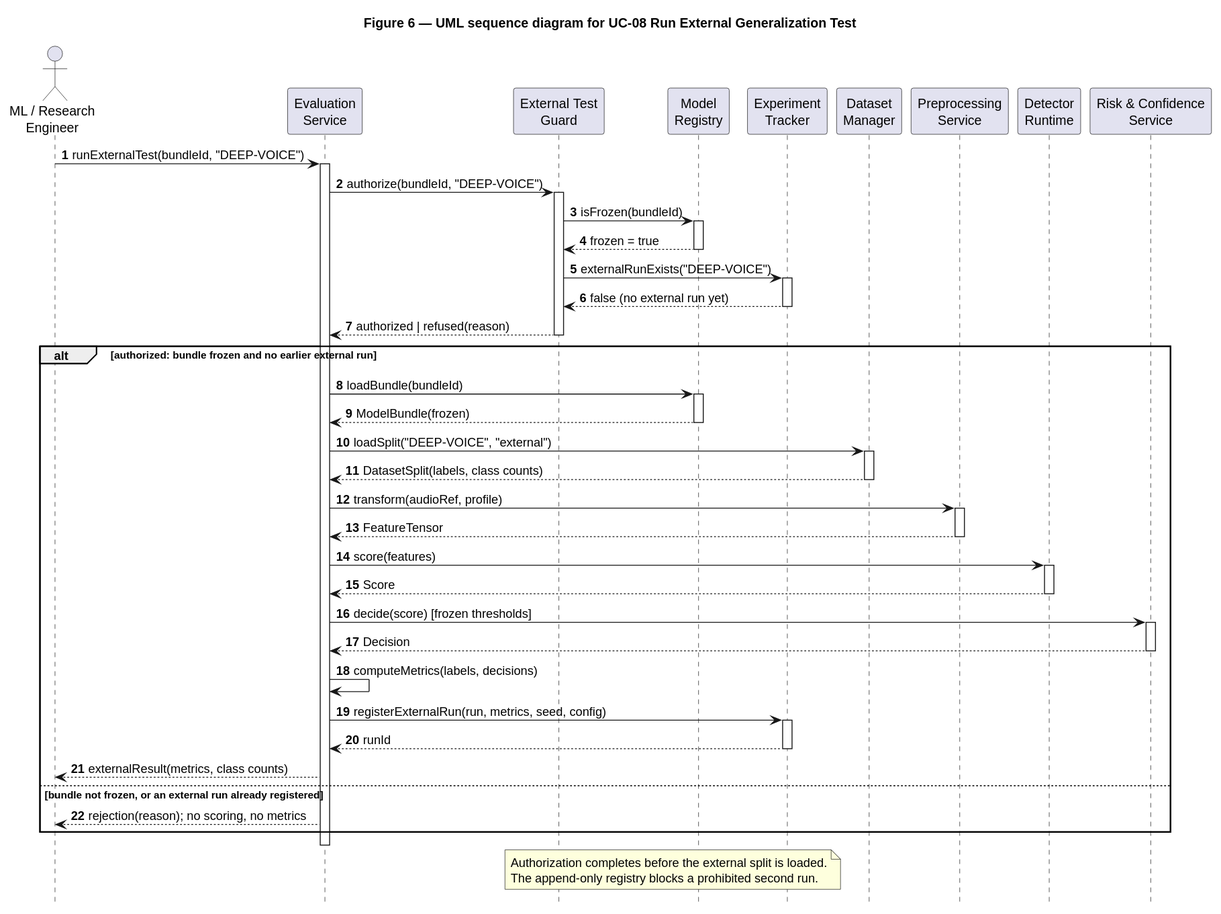
Before: docs/uml/sequence-uc08-external-test.svg, a diagram exported from PlantUML (kahlanzzi/voice-spoofing-detection). Source of this version:
```plantuml
@startuml
title Figure 6 — UML sequence diagram for UC-08 Run External Generalization Test
hide footbox
autonumber

actor "ML / Research\nEngineer" as Engineer
participant "Evaluation\nService" as Evaluation
participant "External Test\nGuard" as Guard
participant "Model\nRegistry" as Registry
participant "Experiment\nTracker" as Tracker
participant "Dataset\nManager" as Dataset
participant "Preprocessing\nService" as Preprocess
participant "Detector\nRuntime" as Detector
participant "Risk & Confidence\nService" as Risk

Engineer -> Evaluation: runExternalTest(bundleId, "DEEP-VOICE")
activate Evaluation
Evaluation -> Guard: authorize(bundleId, "DEEP-VOICE")
activate Guard
Guard -> Registry: isFrozen(bundleId)
activate Registry
Registry --> Guard: frozen = true
deactivate Registry
Guard -> Tracker: externalRunExists("DEEP-VOICE")
activate Tracker
Tracker --> Guard: false (no external run yet)
deactivate Tracker
Guard --> Evaluation: authorized | refused(reason)
deactivate Guard

alt authorized: bundle frozen and no earlier external run
  Evaluation -> Registry: loadBundle(bundleId)
  activate Registry
  Registry --> Evaluation: ModelBundle(frozen)
  deactivate Registry

  Evaluation -> Dataset: loadSplit("DEEP-VOICE", "external")
  activate Dataset
  Dataset --> Evaluation: DatasetSplit(labels, class counts)
  deactivate Dataset

  Evaluation -> Preprocess: transform(audioRef, profile)
  activate Preprocess
  Preprocess --> Evaluation: FeatureTensor
  deactivate Preprocess

  Evaluation -> Detector: score(features)
  activate Detector
  Detector --> Evaluation: Score
  deactivate Detector

  Evaluation -> Risk: decide(score) [frozen thresholds]
  activate Risk
  Risk --> Evaluation: Decision
  deactivate Risk

  Evaluation -> Evaluation: computeMetrics(labels, decisions)
  Evaluation -> Tracker: registerExternalRun(run, metrics, seed, config)
  activate Tracker
  Tracker --> Evaluation: runId
  deactivate Tracker
  Evaluation --> Engineer: externalResult(metrics, class counts)
else bundle not frozen, or an external run already registered
  Evaluation --> Engineer: rejection(reason); no scoring, no metrics
end
deactivate Evaluation

note over Guard,Tracker
  Authorization completes before the external split is loaded.
  The append-only registry blocks a prohibited second run.
end note
@enduml
```
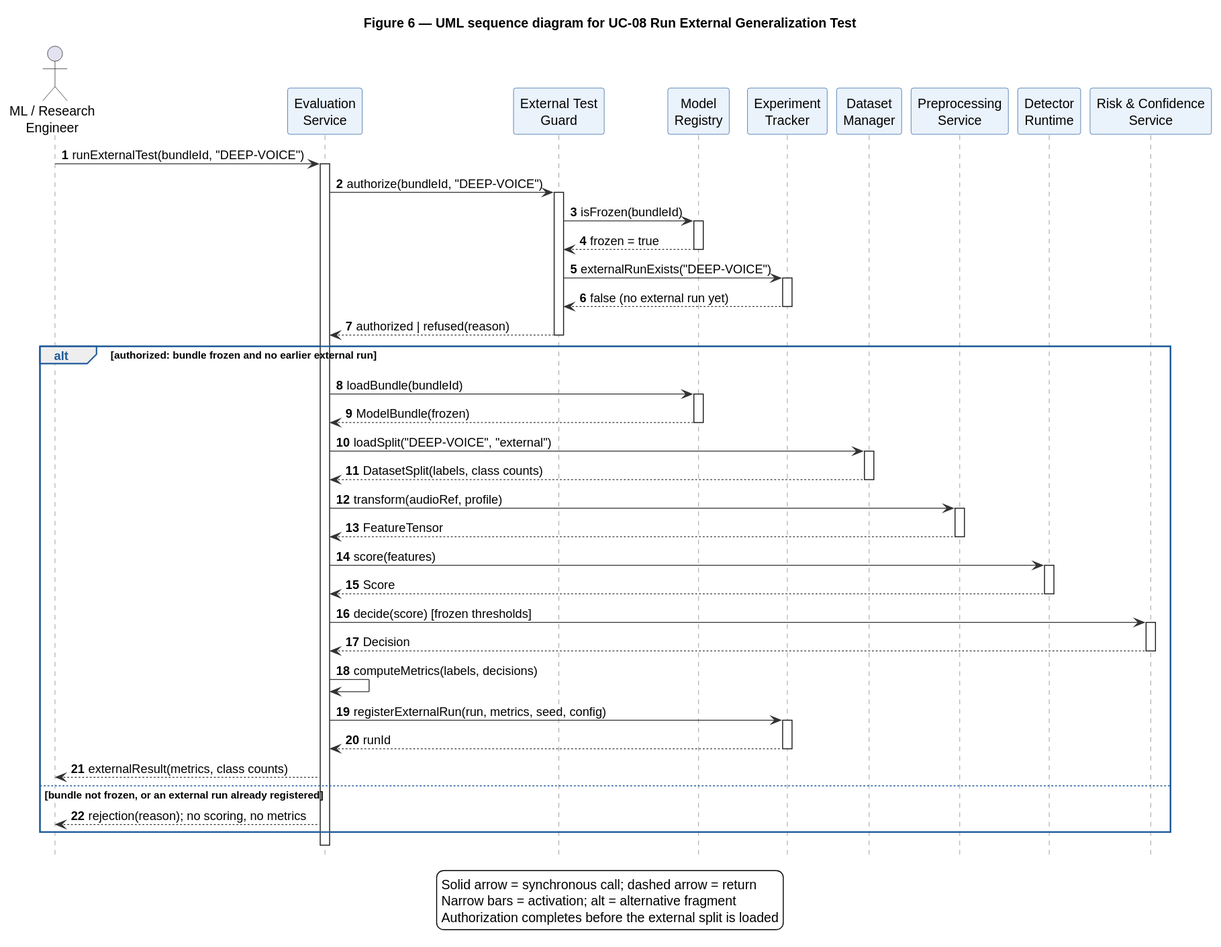
After the commit.

What changed in the source:
```diff
@@ -2,6 +2,19 @@
 title Figure 6 — UML sequence diagram for UC-08 Run External Generalization Test
 hide footbox
 autonumber
+
+skinparam shadowing false
+skinparam backgroundColor white
+skinparam participant {
+  BackgroundColor #EAF2FB
+  BorderColor #1F5A99
+}
+skinparam sequence {
+  ArrowColor #333333
+  LifeLineBorderColor #777777
+  GroupBorderColor #1F5A99
+  GroupHeaderFontColor #1F5A99
+}
 
 actor "ML / Research\nEngineer" as Engineer
 participant "Evaluation\nService" as Evaluation
@@ -65,8 +78,9 @@
 end
 deactivate Evaluation
 
-note over Guard,Tracker
-  Authorization completes before the external split is loaded.
-  The append-only registry blocks a prohibited second run.
-end note
+legend bottom
+  Solid arrow = synchronous call; dashed arrow = return
+  Narrow bars = activation; alt = alternative fragment
+  Authorization completes before the external split is loaded
+endlegend
 @enduml
```
